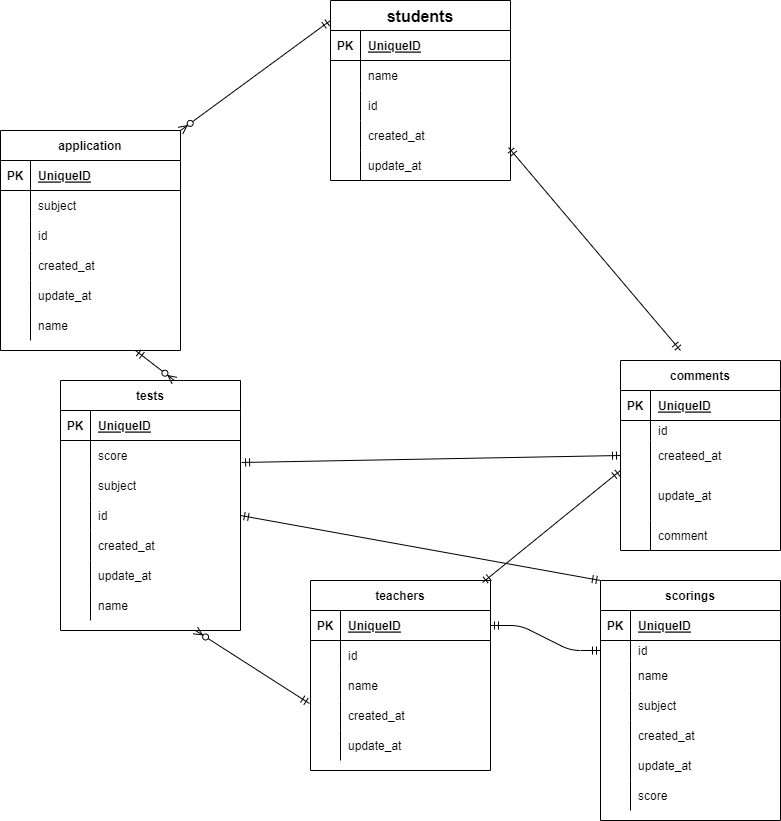
puusuka/iouhh keeps this draw.io diagram as 20221103 nomura.drawio.png. Above is the earlier version. Source tidied: cells renumbered, new cells last; positions are measured from the earlier drawing's top-left corner, leaving out a move shared by most shapes.
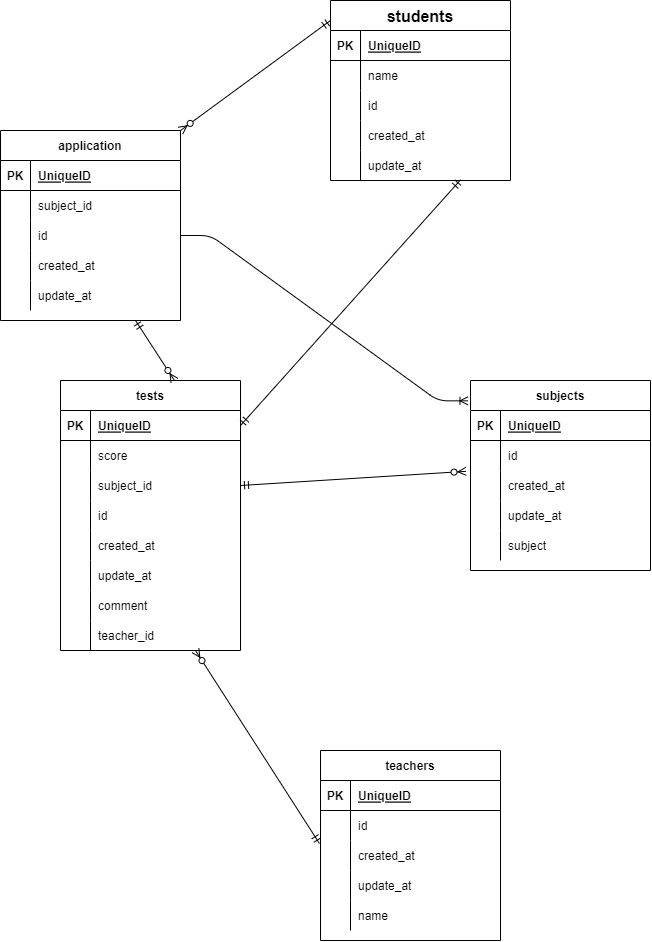
Above is the later version.

The edit, as a diff of the source:
```diff
@@ -52,52 +52,4 @@
     </mxCell>
-    <mxCell id="18" value="comments" style="shape=table;startSize=30;rowLines=0;fontStyle=1;align=center;fontSize=12;strokeWidth=1;" parent="1" vertex="1">
-      <mxGeometry x="620" y="360" width="160" height="190" as="geometry" />
-    </mxCell>
-    <mxCell id="19" style="shape=partialRectangle;fillColor=none;top=0;left=0;bottom=1;right=0;fontSize=12;strokeWidth=1;" parent="18" vertex="1">
-      <mxGeometry y="30" width="160" height="30" as="geometry" />
-    </mxCell>
-    <mxCell id="20" value="PK" style="shape=partialRectangle;fillColor=none;top=0;left=0;bottom=0;right=0;fontStyle=1;overflow=hidden;fontSize=12;strokeWidth=1;" parent="19" vertex="1">
-      <mxGeometry width="30" height="30" as="geometry" />
-    </mxCell>
-    <mxCell id="21" value="UniqueID" style="shape=partialRectangle;fillColor=none;top=0;left=0;bottom=0;right=0;align=left;spacingLeft=6;fontStyle=5;overflow=hidden;fontSize=12;strokeWidth=1;" parent="19" vertex="1">
-      <mxGeometry x="30" width="130" height="30" as="geometry" />
-    </mxCell>
-    <mxCell id="22" style="shape=partialRectangle;fillColor=none;top=0;left=0;bottom=0;right=0;fontSize=12;strokeWidth=1;" parent="18" vertex="1">
-      <mxGeometry y="60" width="160" height="20" as="geometry" />
-    </mxCell>
-    <mxCell id="23" style="shape=partialRectangle;fillColor=none;top=0;left=0;bottom=0;right=0;overflow=hidden;fontSize=12;strokeWidth=1;" parent="22" vertex="1">
-      <mxGeometry width="30" height="20" as="geometry" />
-    </mxCell>
-    <mxCell id="24" value="id" style="shape=partialRectangle;fillColor=none;top=0;left=0;bottom=0;right=0;align=left;spacingLeft=6;overflow=hidden;fontSize=12;strokeWidth=1;" parent="22" vertex="1">
-      <mxGeometry x="30" width="130" height="20" as="geometry" />
-    </mxCell>
-    <mxCell id="25" style="shape=partialRectangle;fillColor=none;top=0;left=0;bottom=0;right=0;points=[[0,0.5],[1,0.5]];portConstraint=eastwest;fontSize=12;strokeWidth=1;" parent="18" vertex="1">
-      <mxGeometry y="80" width="160" height="30" as="geometry" />
-    </mxCell>
-    <mxCell id="26" style="shape=partialRectangle;fillColor=none;top=0;left=0;bottom=0;right=0;overflow=hidden;fontSize=12;strokeWidth=1;" parent="25" vertex="1">
-      <mxGeometry width="30" height="30" as="geometry" />
-    </mxCell>
-    <mxCell id="27" value="createed_at" style="shape=partialRectangle;fillColor=none;top=0;left=0;bottom=0;right=0;align=left;spacingLeft=6;overflow=hidden;fontSize=12;strokeWidth=1;" parent="25" vertex="1">
-      <mxGeometry x="30" width="130" height="30" as="geometry" />
-    </mxCell>
-    <mxCell id="28" style="shape=partialRectangle;fillColor=none;top=0;left=0;bottom=0;right=0;points=[[0,0.5],[1,0.5]];portConstraint=eastwest;fontSize=12;strokeWidth=1;" parent="18" vertex="1">
-      <mxGeometry y="110" width="160" height="50" as="geometry" />
-    </mxCell>
-    <mxCell id="29" style="shape=partialRectangle;fillColor=none;top=0;left=0;bottom=0;right=0;overflow=hidden;fontSize=12;strokeWidth=1;" parent="28" vertex="1">
-      <mxGeometry width="30" height="50" as="geometry" />
-    </mxCell>
-    <mxCell id="30" value="update_at" style="shape=partialRectangle;fillColor=none;top=0;left=0;bottom=0;right=0;align=left;spacingLeft=6;overflow=hidden;fontSize=12;strokeWidth=1;" parent="28" vertex="1">
-      <mxGeometry x="30" width="130" height="50" as="geometry" />
-    </mxCell>
-    <mxCell id="31" style="shape=partialRectangle;fillColor=none;top=0;left=0;bottom=0;right=0;fontSize=12;strokeWidth=1;" parent="18" vertex="1">
-      <mxGeometry y="160" width="160" height="30" as="geometry" />
-    </mxCell>
-    <mxCell id="32" style="shape=partialRectangle;fillColor=none;top=0;left=0;bottom=0;right=0;overflow=hidden;fontSize=12;strokeWidth=1;" parent="31" vertex="1">
-      <mxGeometry width="30" height="30" as="geometry" />
-    </mxCell>
-    <mxCell id="33" value="comment" style="shape=partialRectangle;fillColor=none;top=0;left=0;bottom=0;right=0;align=left;spacingLeft=6;overflow=hidden;fontSize=12;strokeWidth=1;" parent="31" vertex="1">
-      <mxGeometry x="30" width="130" height="30" as="geometry" />
-    </mxCell>
     <mxCell id="34" value="application" style="shape=table;startSize=30;rowLines=0;fontStyle=1;align=center;fontSize=12;strokeWidth=1;" parent="1" vertex="1">
-      <mxGeometry y="130" width="180" height="220" as="geometry" />
+      <mxGeometry y="130" width="180" height="190" as="geometry" />
     </mxCell>
@@ -118,3 +70,3 @@
     </mxCell>
-    <mxCell id="40" value="subject" style="shape=partialRectangle;fillColor=none;top=0;left=0;bottom=0;right=0;align=left;spacingLeft=6;overflow=hidden;fontSize=12;strokeWidth=1;" parent="38" vertex="1">
+    <mxCell id="40" value="subject_id" style="shape=partialRectangle;fillColor=none;top=0;left=0;bottom=0;right=0;align=left;spacingLeft=6;overflow=hidden;fontSize=12;strokeWidth=1;" parent="38" vertex="1">
       <mxGeometry x="30" width="150" height="30" as="geometry" />
@@ -148,13 +100,4 @@
     </mxCell>
-    <mxCell id="50" style="shape=partialRectangle;fillColor=none;top=0;left=0;bottom=0;right=0;fontSize=12;strokeWidth=1;" parent="34" vertex="1">
-      <mxGeometry y="180" width="180" height="30" as="geometry" />
-    </mxCell>
-    <mxCell id="51" style="shape=partialRectangle;fillColor=none;top=0;left=0;bottom=0;right=0;overflow=hidden;fontSize=12;strokeWidth=1;" parent="50" vertex="1">
-      <mxGeometry width="30" height="30" as="geometry" />
-    </mxCell>
-    <mxCell id="52" value="name" style="shape=partialRectangle;fillColor=none;top=0;left=0;bottom=0;right=0;align=left;spacingLeft=6;overflow=hidden;fontSize=12;strokeWidth=1;" parent="50" vertex="1">
-      <mxGeometry x="30" width="150" height="30" as="geometry" />
-    </mxCell>
     <mxCell id="53" value="tests" style="shape=table;startSize=30;rowLines=0;fontStyle=1;align=center;fontSize=12;strokeWidth=1;" parent="1" vertex="1">
-      <mxGeometry x="60" y="380" width="180" height="250" as="geometry" />
+      <mxGeometry x="60" y="380" width="180" height="270" as="geometry" />
     </mxCell>
@@ -184,3 +127,3 @@
     </mxCell>
-    <mxCell id="62" value="subject" style="shape=partialRectangle;fillColor=none;top=0;left=0;bottom=0;right=0;align=left;spacingLeft=6;overflow=hidden;fontSize=12;strokeWidth=1;" parent="60" vertex="1">
+    <mxCell id="62" value="subject_id" style="shape=partialRectangle;fillColor=none;top=0;left=0;bottom=0;right=0;align=left;spacingLeft=6;overflow=hidden;fontSize=12;strokeWidth=1;" parent="60" vertex="1">
       <mxGeometry x="30" width="150" height="30" as="geometry" />
@@ -217,10 +160,19 @@
     </mxCell>
-    <mxCell id="73" style="shape=partialRectangle;fillColor=none;top=0;left=0;bottom=0;right=0;overflow=hidden;fontSize=12;strokeWidth=1;" parent="72" vertex="1">
-      <mxGeometry width="30" height="30" as="geometry" />
-    </mxCell>
-    <mxCell id="74" value="name" style="shape=partialRectangle;fillColor=none;top=0;left=0;bottom=0;right=0;align=left;spacingLeft=6;overflow=hidden;fontSize=12;strokeWidth=1;" parent="72" vertex="1">
-      <mxGeometry x="30" width="150" height="30" as="geometry" />
-    </mxCell>
+    <mxCell id="121" style="shape=partialRectangle;fillColor=none;top=0;left=0;bottom=0;right=0;overflow=hidden;fontSize=12;strokeWidth=1;" parent="72" vertex="1">
+      <mxGeometry width="30" height="30" as="geometry" />
+    </mxCell>
+    <mxCell id="33" value="comment" style="shape=partialRectangle;fillColor=none;top=0;left=0;bottom=0;right=0;align=left;spacingLeft=6;overflow=hidden;fontSize=12;strokeWidth=1;" parent="72" vertex="1">
+      <mxGeometry x="30" width="150" height="30" as="geometry" />
+    </mxCell>
+    <mxCell id="122" style="shape=partialRectangle;fillColor=none;top=0;left=0;bottom=0;right=0;fontSize=12;strokeWidth=1;" parent="53" vertex="1">
+      <mxGeometry y="240" width="180" height="30" as="geometry" />
+    </mxCell>
+    <mxCell id="123" style="shape=partialRectangle;fillColor=none;top=0;left=0;bottom=0;right=0;overflow=hidden;fontSize=12;strokeWidth=1;" parent="122" vertex="1">
+      <mxGeometry width="30" height="30" as="geometry" />
+    </mxCell>
+    <mxCell id="124" value="teacher_id" style="shape=partialRectangle;fillColor=none;top=0;left=0;bottom=0;right=0;align=left;spacingLeft=6;overflow=hidden;fontSize=12;strokeWidth=1;" parent="122" vertex="1">
+      <mxGeometry x="30" width="150" height="30" as="geometry" />
+    </mxCell>
     <mxCell id="75" value="teachers" style="shape=table;startSize=30;rowLines=0;fontStyle=1;align=center;fontSize=12;strokeWidth=1;" parent="1" vertex="1">
-      <mxGeometry x="310" y="580" width="180" height="190" as="geometry" />
+      <mxGeometry x="320" y="750" width="180" height="190" as="geometry" />
     </mxCell>
@@ -244,13 +196,4 @@
     </mxCell>
-    <mxCell id="82" style="shape=partialRectangle;fillColor=none;top=0;left=0;bottom=0;right=0;fontSize=12;strokeWidth=1;" parent="75" vertex="1">
-      <mxGeometry y="90" width="180" height="30" as="geometry" />
-    </mxCell>
-    <mxCell id="83" style="shape=partialRectangle;fillColor=none;top=0;left=0;bottom=0;right=0;overflow=hidden;fontSize=12;strokeWidth=1;" parent="82" vertex="1">
-      <mxGeometry width="30" height="30" as="geometry" />
-    </mxCell>
-    <mxCell id="84" value="name" style="shape=partialRectangle;fillColor=none;top=0;left=0;bottom=0;right=0;align=left;spacingLeft=6;overflow=hidden;fontSize=12;strokeWidth=1;" parent="82" vertex="1">
-      <mxGeometry x="30" width="150" height="30" as="geometry" />
-    </mxCell>
     <mxCell id="85" style="shape=partialRectangle;fillColor=none;top=0;left=0;bottom=0;right=0;points=[[0,0.5],[1,0.5]];portConstraint=eastwest;fontSize=12;strokeWidth=1;" parent="75" vertex="1">
-      <mxGeometry y="120" width="180" height="30" as="geometry" />
+      <mxGeometry y="90" width="180" height="30" as="geometry" />
     </mxCell>
@@ -263,3 +206,3 @@
     <mxCell id="88" style="shape=partialRectangle;fillColor=none;top=0;left=0;bottom=0;right=0;fontSize=12;strokeWidth=1;" parent="75" vertex="1">
-      <mxGeometry y="150" width="180" height="30" as="geometry" />
+      <mxGeometry y="120" width="180" height="30" as="geometry" />
     </mxCell>
@@ -271,68 +214,11 @@
     </mxCell>
-    <mxCell id="91" value="scorings" style="shape=table;startSize=30;rowLines=0;fontStyle=1;align=center;fontSize=12;strokeWidth=1;" parent="1" vertex="1">
-      <mxGeometry x="600" y="580" width="180" height="240" as="geometry" />
-    </mxCell>
-    <mxCell id="92" style="shape=partialRectangle;fillColor=none;top=0;left=0;bottom=1;right=0;fontSize=12;strokeWidth=1;" parent="91" vertex="1">
-      <mxGeometry y="30" width="180" height="30" as="geometry" />
-    </mxCell>
-    <mxCell id="93" value="PK" style="shape=partialRectangle;fillColor=none;top=0;left=0;bottom=0;right=0;fontStyle=1;overflow=hidden;fontSize=12;strokeWidth=1;" parent="92" vertex="1">
-      <mxGeometry width="30" height="30" as="geometry" />
-    </mxCell>
-    <mxCell id="94" value="UniqueID" style="shape=partialRectangle;fillColor=none;top=0;left=0;bottom=0;right=0;align=left;spacingLeft=6;fontStyle=5;overflow=hidden;fontSize=12;strokeWidth=1;" parent="92" vertex="1">
-      <mxGeometry x="30" width="150" height="30" as="geometry" />
-    </mxCell>
-    <mxCell id="95" style="shape=partialRectangle;fillColor=none;top=0;left=0;bottom=0;right=0;points=[[0,0.5],[1,0.5]];portConstraint=eastwest;fontSize=12;strokeWidth=1;" parent="91" vertex="1">
-      <mxGeometry y="60" width="180" height="20" as="geometry" />
-    </mxCell>
-    <mxCell id="96" style="shape=partialRectangle;fillColor=none;top=0;left=0;bottom=0;right=0;overflow=hidden;fontSize=12;strokeWidth=1;" parent="95" vertex="1">
-      <mxGeometry width="30" height="20" as="geometry" />
-    </mxCell>
-    <mxCell id="97" value="id" style="shape=partialRectangle;fillColor=none;top=0;left=0;bottom=0;right=0;align=left;spacingLeft=6;overflow=hidden;fontSize=12;strokeWidth=1;" parent="95" vertex="1">
-      <mxGeometry x="30" width="150" height="20" as="geometry" />
-    </mxCell>
-    <mxCell id="98" style="shape=partialRectangle;fillColor=none;top=0;left=0;bottom=0;right=0;fontSize=12;strokeWidth=1;" parent="91" vertex="1">
-      <mxGeometry y="80" width="180" height="30" as="geometry" />
-    </mxCell>
-    <mxCell id="99" style="shape=partialRectangle;fillColor=none;top=0;left=0;bottom=0;right=0;overflow=hidden;fontSize=12;strokeWidth=1;" parent="98" vertex="1">
-      <mxGeometry width="30" height="30" as="geometry" />
-    </mxCell>
-    <mxCell id="100" value="name" style="shape=partialRectangle;fillColor=none;top=0;left=0;bottom=0;right=0;align=left;spacingLeft=6;overflow=hidden;fontSize=12;strokeWidth=1;" parent="98" vertex="1">
-      <mxGeometry x="30" width="150" height="30" as="geometry" />
-    </mxCell>
-    <mxCell id="101" style="shape=partialRectangle;fillColor=none;top=0;left=0;bottom=0;right=0;fontSize=12;strokeWidth=1;" parent="91" vertex="1">
-      <mxGeometry y="110" width="180" height="30" as="geometry" />
-    </mxCell>
-    <mxCell id="102" style="shape=partialRectangle;fillColor=none;top=0;left=0;bottom=0;right=0;overflow=hidden;fontSize=12;strokeWidth=1;" parent="101" vertex="1">
-      <mxGeometry width="30" height="30" as="geometry" />
-    </mxCell>
-    <mxCell id="103" value="subject" style="shape=partialRectangle;fillColor=none;top=0;left=0;bottom=0;right=0;align=left;spacingLeft=6;overflow=hidden;fontSize=12;strokeWidth=1;" parent="101" vertex="1">
-      <mxGeometry x="30" width="150" height="30" as="geometry" />
-    </mxCell>
-    <mxCell id="104" style="shape=partialRectangle;fillColor=none;top=0;left=0;bottom=0;right=0;fontSize=12;strokeWidth=1;" parent="91" vertex="1">
-      <mxGeometry y="140" width="180" height="30" as="geometry" />
-    </mxCell>
-    <mxCell id="105" style="shape=partialRectangle;fillColor=none;top=0;left=0;bottom=0;right=0;overflow=hidden;fontSize=12;strokeWidth=1;" parent="104" vertex="1">
-      <mxGeometry width="30" height="30" as="geometry" />
-    </mxCell>
-    <mxCell id="106" value="created_at" style="shape=partialRectangle;fillColor=none;top=0;left=0;bottom=0;right=0;align=left;spacingLeft=6;overflow=hidden;fontSize=12;strokeWidth=1;" parent="104" vertex="1">
-      <mxGeometry x="30" width="150" height="30" as="geometry" />
-    </mxCell>
-    <mxCell id="107" style="shape=partialRectangle;fillColor=none;top=0;left=0;bottom=0;right=0;fontSize=12;strokeWidth=1;" parent="91" vertex="1">
-      <mxGeometry y="170" width="180" height="30" as="geometry" />
-    </mxCell>
-    <mxCell id="108" style="shape=partialRectangle;fillColor=none;top=0;left=0;bottom=0;right=0;overflow=hidden;fontSize=12;strokeWidth=1;" parent="107" vertex="1">
-      <mxGeometry width="30" height="30" as="geometry" />
-    </mxCell>
-    <mxCell id="109" value="update_at" style="shape=partialRectangle;fillColor=none;top=0;left=0;bottom=0;right=0;align=left;spacingLeft=6;overflow=hidden;fontSize=12;strokeWidth=1;" parent="107" vertex="1">
-      <mxGeometry x="30" width="150" height="30" as="geometry" />
-    </mxCell>
-    <mxCell id="110" style="shape=partialRectangle;fillColor=none;top=0;left=0;bottom=0;right=0;fontSize=12;strokeWidth=1;" parent="91" vertex="1">
-      <mxGeometry y="200" width="180" height="30" as="geometry" />
-    </mxCell>
-    <mxCell id="111" style="shape=partialRectangle;fillColor=none;top=0;left=0;bottom=0;right=0;overflow=hidden;fontSize=12;strokeWidth=1;" parent="110" vertex="1">
-      <mxGeometry width="30" height="30" as="geometry" />
-    </mxCell>
-    <mxCell id="112" value="score" style="shape=partialRectangle;fillColor=none;top=0;left=0;bottom=0;right=0;align=left;spacingLeft=6;overflow=hidden;fontSize=12;strokeWidth=1;" parent="110" vertex="1">
-      <mxGeometry x="30" width="150" height="30" as="geometry" />
-    </mxCell>
+    <mxCell id="125" style="shape=partialRectangle;fillColor=none;top=0;left=0;bottom=0;right=0;fontSize=12;strokeWidth=1;" parent="75" vertex="1">
+      <mxGeometry y="150" width="180" height="30" as="geometry" />
+    </mxCell>
+    <mxCell id="126" style="shape=partialRectangle;fillColor=none;top=0;left=0;bottom=0;right=0;overflow=hidden;fontSize=12;strokeWidth=1;" parent="125" vertex="1">
+      <mxGeometry width="30" height="30" as="geometry" />
+    </mxCell>
+    <mxCell id="127" value="name" style="shape=partialRectangle;fillColor=none;top=0;left=0;bottom=0;right=0;align=left;spacingLeft=6;overflow=hidden;fontSize=12;strokeWidth=1;" parent="125" vertex="1">
+      <mxGeometry x="30" width="150" height="30" as="geometry" />
+    </mxCell>
     <mxCell id="113" style="fontSize=12;html=1;endArrow=ERzeroToMany;startArrow=ERmandOne;entryX=1;entryY=0;entryDx=0;entryDy=0;exitX=0;exitY=0.111;exitDx=0;exitDy=0;exitPerimeter=0;" parent="1" edge="1" source="2" target="34">
@@ -346,19 +232,61 @@
     </mxCell>
-    <mxCell id="116" style="fontSize=12;html=1;endArrow=ERmandOne;startArrow=ERmandOne;entryX=0;entryY=0.5;entryDx=0;entryDy=0;exitX=1.006;exitY=0.733;exitDx=0;exitDy=0;exitPerimeter=0;" parent="1" edge="1" source="57" target="25">
-      <mxGeometry relative="1" as="geometry" />
-    </mxCell>
-    <mxCell id="117" style="fontSize=12;html=1;endArrow=ERmandOne;startArrow=ERmandOne;exitX=1;exitY=0.5;exitDx=0;exitDy=0;entryX=0;entryY=0;entryDx=0;entryDy=0;" parent="1" edge="1" source="63" target="91">
-      <mxGeometry relative="1" as="geometry" />
-    </mxCell>
-    <mxCell id="118" style="fontSize=12;html=1;endArrow=ERmandOne;startArrow=ERmandOne;exitX=0.989;exitY=-0.1;exitDx=0;exitDy=0;exitPerimeter=0;" parent="1" edge="1" source="15">
-      <mxGeometry relative="1" as="geometry">
-        <mxPoint x="680" y="350" as="targetPoint" />
-      </mxGeometry>
+    <mxCell id="118" style="fontSize=12;html=1;endArrow=ERmandOne;startArrow=ERmandOne;exitX=0.723;exitY=0.975;exitDx=0;exitDy=0;exitPerimeter=0;entryX=1;entryY=0.5;entryDx=0;entryDy=0;" parent="1" edge="1" source="15" target="54">
+      <mxGeometry relative="1" as="geometry" />
     </mxCell>
-    <mxCell id="119" style="fontSize=12;html=1;endArrow=ERmandOne;startArrow=ERmandOne;exitX=0.956;exitY=0.011;exitDx=0;exitDy=0;exitPerimeter=0;entryX=0;entryY=0;entryDx=0;entryDy=0;entryPerimeter=0;" parent="1" edge="1" source="75" target="28">
-      <mxGeometry relative="1" as="geometry" />
-    </mxCell>
-    <mxCell id="120" style="edgeStyle=entityRelationEdgeStyle;fontSize=12;html=1;endArrow=ERmandOne;startArrow=ERmandOne;entryX=0;entryY=0.5;entryDx=0;entryDy=0;" parent="1" edge="1" source="76" target="95">
-      <mxGeometry relative="1" as="geometry" />
-    </mxCell>
+    <mxCell id="128" value="subjects" style="shape=table;startSize=30;rowLines=0;fontStyle=1;align=center;" parent="1" vertex="1">
+      <mxGeometry x="470" y="380" width="180" height="190" as="geometry" />
+    </mxCell>
+    <mxCell id="129" style="shape=partialRectangle;fillColor=none;top=0;left=0;bottom=1;right=0;" parent="128" vertex="1">
+      <mxGeometry y="30" width="180" height="30" as="geometry" />
+    </mxCell>
+    <mxCell id="130" value="PK" style="shape=partialRectangle;fillColor=none;top=0;left=0;bottom=0;right=0;fontStyle=1;overflow=hidden;" parent="129" vertex="1">
+      <mxGeometry width="30" height="30" as="geometry" />
+    </mxCell>
+    <mxCell id="131" value="UniqueID" style="shape=partialRectangle;fillColor=none;top=0;left=0;bottom=0;right=0;align=left;spacingLeft=6;fontStyle=5;overflow=hidden;" parent="129" vertex="1">
+      <mxGeometry x="30" width="150" height="30" as="geometry" />
+    </mxCell>
+    <mxCell id="132" style="shape=partialRectangle;fillColor=none;top=0;left=0;bottom=0;right=0;" parent="128" vertex="1">
+      <mxGeometry y="60" width="180" height="30" as="geometry" />
+    </mxCell>
+    <mxCell id="133" style="shape=partialRectangle;fillColor=none;top=0;left=0;bottom=0;right=0;overflow=hidden;" parent="132" vertex="1">
+      <mxGeometry width="30" height="30" as="geometry" />
+    </mxCell>
+    <mxCell id="134" value="id" style="shape=partialRectangle;fillColor=none;top=0;left=0;bottom=0;right=0;align=left;spacingLeft=6;overflow=hidden;" parent="132" vertex="1">
+      <mxGeometry x="30" width="150" height="30" as="geometry" />
+    </mxCell>
+    <mxCell id="135" style="shape=partialRectangle;fillColor=none;top=0;left=0;bottom=0;right=0;" parent="128" vertex="1">
+      <mxGeometry y="90" width="180" height="30" as="geometry" />
+    </mxCell>
+    <mxCell id="136" style="shape=partialRectangle;fillColor=none;top=0;left=0;bottom=0;right=0;overflow=hidden;" parent="135" vertex="1">
+      <mxGeometry width="30" height="30" as="geometry" />
+    </mxCell>
+    <mxCell id="106" value="created_at" style="shape=partialRectangle;fillColor=none;top=0;left=0;bottom=0;right=0;align=left;spacingLeft=6;overflow=hidden;" parent="135" vertex="1">
+      <mxGeometry x="30" width="150" height="30" as="geometry" />
+    </mxCell>
+    <mxCell id="137" style="shape=partialRectangle;fillColor=none;top=0;left=0;bottom=0;right=0;" parent="128" vertex="1">
+      <mxGeometry y="120" width="180" height="30" as="geometry" />
+    </mxCell>
+    <mxCell id="138" style="shape=partialRectangle;fillColor=none;top=0;left=0;bottom=0;right=0;overflow=hidden;" parent="137" vertex="1">
+      <mxGeometry width="30" height="30" as="geometry" />
+    </mxCell>
+    <mxCell id="139" value="update_at" style="shape=partialRectangle;fillColor=none;top=0;left=0;bottom=0;right=0;align=left;spacingLeft=6;overflow=hidden;" parent="137" vertex="1">
+      <mxGeometry x="30" width="150" height="30" as="geometry" />
+    </mxCell>
+    <mxCell id="140" style="shape=partialRectangle;fillColor=none;top=0;left=0;bottom=0;right=0;" parent="128" vertex="1">
+      <mxGeometry y="150" width="180" height="30" as="geometry" />
+    </mxCell>
+    <mxCell id="141" style="shape=partialRectangle;fillColor=none;top=0;left=0;bottom=0;right=0;overflow=hidden;" parent="140" vertex="1">
+      <mxGeometry width="30" height="30" as="geometry" />
+    </mxCell>
+    <mxCell id="103" value="subject" style="shape=partialRectangle;fillColor=none;top=0;left=0;bottom=0;right=0;align=left;spacingLeft=6;overflow=hidden;" parent="140" vertex="1">
+      <mxGeometry x="30" width="150" height="30" as="geometry" />
+    </mxCell>
+    <mxCell id="142" style="fontSize=12;html=1;endArrow=ERzeroToMany;startArrow=ERmandOne;exitX=1;exitY=0.5;exitDx=0;exitDy=0;entryX=-0.025;entryY=0.028;entryDx=0;entryDy=0;entryPerimeter=0;" parent="1" edge="1" source="60">
+      <mxGeometry relative="1" as="geometry">
+        <mxPoint x="465.5" y="470.8" as="targetPoint" />
+      </mxGeometry>
+    </mxCell>
+    <mxCell id="143" style="edgeStyle=entityRelationEdgeStyle;fontSize=12;html=1;endArrow=ERoneToMany;exitX=1;exitY=0.5;exitDx=0;exitDy=0;entryX=-0.014;entryY=0.107;entryDx=0;entryDy=0;entryPerimeter=0;" parent="1" edge="1" source="41" target="128">
+      <mxGeometry relative="1" as="geometry" />
+    </mxCell>
   </root>
```
